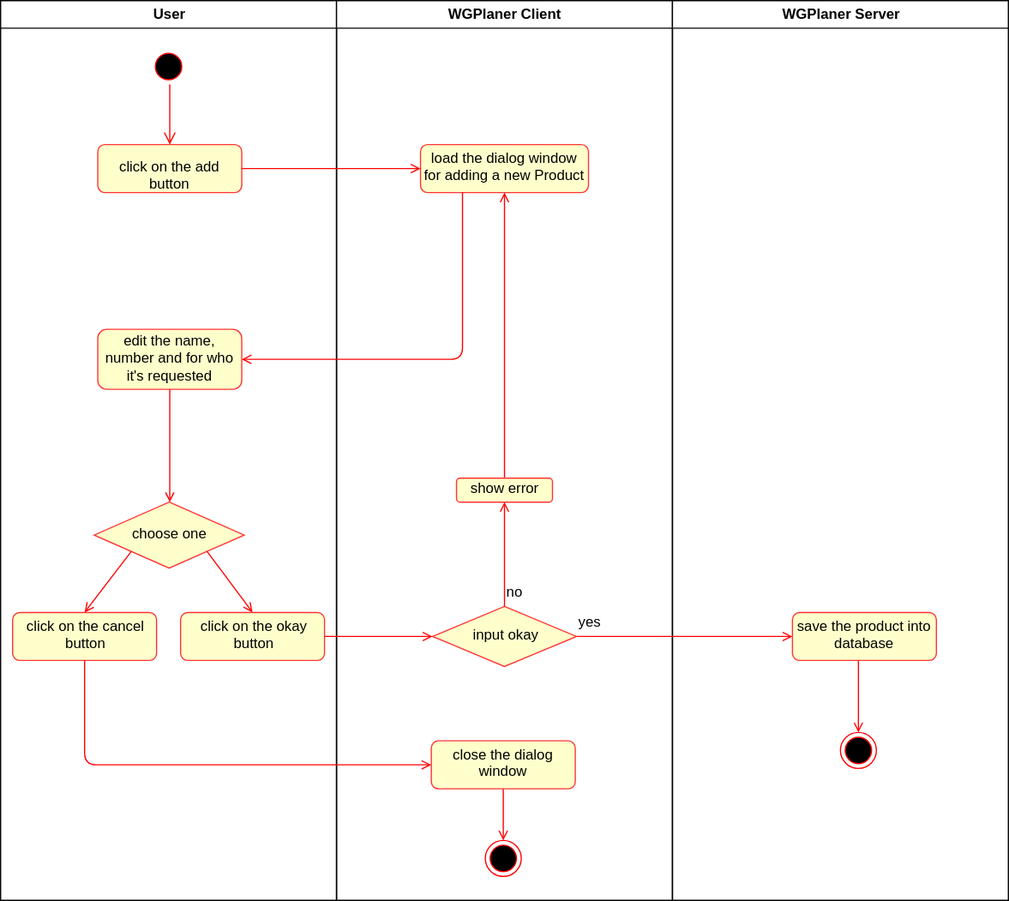
WGPlaner/wg_planer keeps this draw.io diagram as Documentation/ActivityDiagrams/uc_add_item_activity_diagramm.svg. Above is the earlier version. Source tidied: cells renumbered, new cells last; positions are measured from the earlier drawing's top-left corner, leaving out a move shared by most shapes. Source of this version:
```xml
<mxGraphModel background="#ffffff">
  <root>
    <mxCell id="0" />
    <mxCell id="1" parent="0" />
    <mxCell id="2" value="User" style="swimlane;whiteSpace=wrap;" parent="1" vertex="1">
      <mxGeometry width="280" height="750" as="geometry" />
    </mxCell>
    <mxCell id="3" style="ellipse;shape=startState;fillColor=#000000;strokeColor=#ff0000;" parent="2" vertex="1">
      <mxGeometry x="125" y="40" width="30" height="30" as="geometry" />
    </mxCell>
    <mxCell id="4" style="edgeStyle=elbowEdgeStyle;elbow=horizontal;verticalAlign=bottom;endArrow=open;endSize=8;strokeColor=#FF0000;endFill=1;rounded=0;entryX=0.5;entryY=0;" parent="2" edge="1" source="3" target="5">
      <mxGeometry x="100" y="40" as="geometry" />
    </mxCell>
    <mxCell id="5" value="click on the add button" style="rounded=1;whiteSpace=wrap;html=1;fillColor=#FFFFCC;strokeColor=#FF3333;" parent="2" vertex="1">
      <mxGeometry x="81" y="120" width="120" height="40" as="geometry" />
    </mxCell>
    <mxCell id="6" style="edgeStyle=orthogonalEdgeStyle;rounded=0;html=1;exitX=0.5;exitY=0;entryX=0.5;entryY=0;jettySize=auto;orthogonalLoop=1;strokeColor=#FF0000;" parent="2" edge="1" source="5" target="5">
      <mxGeometry relative="1" as="geometry" />
    </mxCell>
    <mxCell id="7" value="edit the name, number and for who it's requested" style="rounded=1;whiteSpace=wrap;html=1;fillColor=#FFFFCC;strokeColor=#FF3333;" parent="2" vertex="1">
      <mxGeometry x="81" y="274" width="120" height="50" as="geometry" />
    </mxCell>
    <mxCell id="8" value="choose one" style="rhombus;whiteSpace=wrap;html=1;strokeColor=#FF3333;fillColor=#FFFFCC;" parent="2" vertex="1">
      <mxGeometry x="78" y="418" width="125" height="55" as="geometry" />
    </mxCell>
    <mxCell id="9" style="endArrow=open;html=1;strokeColor=#FF0000;exitX=0.5;exitY=1;endFill=0;entryX=0.5;entryY=0;" parent="2" edge="1" source="7" target="8">
      <mxGeometry relative="1" as="geometry" />
    </mxCell>
    <mxCell id="10" value="click on the cancel&lt;br&gt;button" style="rounded=1;whiteSpace=wrap;html=1;fillColor=#FFFFCC;strokeColor=#FF3333;" parent="2" vertex="1">
      <mxGeometry x="10" y="510" width="120" height="40" as="geometry" />
    </mxCell>
    <mxCell id="11" style="endArrow=open;html=1;strokeColor=#FF0000;entryX=0.5;entryY=0;endFill=0;exitX=0;exitY=1;" parent="2" edge="1" source="8" target="10">
      <mxGeometry relative="1" as="geometry" />
    </mxCell>
    <mxCell id="12" value="click on the okay &lt;br&gt;button" style="rounded=1;whiteSpace=wrap;html=1;fillColor=#FFFFCC;strokeColor=#FF3333;" parent="2" vertex="1">
      <mxGeometry x="150" y="510" width="120" height="40" as="geometry" />
    </mxCell>
    <mxCell id="13" style="endArrow=open;html=1;strokeColor=#FF0000;entryX=0.5;entryY=0;endFill=0;exitX=1;exitY=1;" parent="2" edge="1" source="8" target="12">
      <mxGeometry relative="1" as="geometry" />
    </mxCell>
    <mxCell id="14" value="WGPlaner Client" style="swimlane;whiteSpace=wrap;" parent="1" vertex="1">
      <mxGeometry x="280" width="280" height="750" as="geometry" />
    </mxCell>
    <mxCell id="15" value="load the dialog window for adding a new Product" style="rounded=1;whiteSpace=wrap;html=1;fillColor=#FFFFCC;strokeColor=#FF3333;" parent="14" vertex="1">
      <mxGeometry x="70" y="120" width="140" height="40" as="geometry" />
    </mxCell>
    <mxCell id="16" style="edgeStyle=orthogonalEdgeStyle;rounded=0;html=1;endArrow=open;endFill=0;jettySize=auto;strokeColor=#FF0000;" parent="14" edge="1" source="17" target="15">
      <mxGeometry relative="1" as="geometry" />
    </mxCell>
    <mxCell id="17" value="show error" style="rounded=1;whiteSpace=wrap;html=1;fillColor=#FFFFCC;strokeColor=#FF3333;" parent="14" vertex="1">
      <mxGeometry x="100" y="398" width="80" height="20" as="geometry" />
    </mxCell>
    <mxCell id="18" style="ellipse;shape=endState;fillColor=#000000;strokeColor=#ff0000;" parent="14" vertex="1">
      <mxGeometry x="124" y="700" width="30" height="30" as="geometry" />
    </mxCell>
    <mxCell id="19" value="no&lt;br&gt;" style="text;html=1;align=left;verticalAlign=top;spacingTop=-4;" parent="14" vertex="1">
      <mxGeometry x="140" y="485" width="30" height="20" as="geometry" />
    </mxCell>
    <mxCell id="20" value="yes" style="text;html=1;align=left;verticalAlign=top;spacingTop=-4;" parent="14" vertex="1">
      <mxGeometry x="200" y="510" width="30" height="20" as="geometry" />
    </mxCell>
    <mxCell id="21" value="WGPlaner Server" style="swimlane;whiteSpace=wrap;" parent="1" vertex="1">
      <mxGeometry x="560" width="280" height="750" as="geometry" />
    </mxCell>
    <mxCell id="22" style="ellipse;shape=endState;fillColor=#000000;strokeColor=#ff0000;" parent="21" vertex="1">
      <mxGeometry x="140" y="610" width="30" height="30" as="geometry" />
    </mxCell>
    <mxCell id="23" style="endArrow=open;strokeColor=#FF0000;endFill=1;rounded=0;" parent="21" edge="1" target="22">
      <mxGeometry relative="1" as="geometry">
        <mxPoint x="155" y="535" as="sourcePoint" />
      </mxGeometry>
    </mxCell>
    <mxCell id="24" value="save the product into database" style="rounded=1;whiteSpace=wrap;html=1;fillColor=#FFFFCC;strokeColor=#FF3333;" parent="21" vertex="1">
      <mxGeometry x="100" y="510" width="120" height="40" as="geometry" />
    </mxCell>
    <mxCell id="25" style="edgeStyle=orthogonalEdgeStyle;rounded=0;html=1;endArrow=open;endFill=0;jettySize=auto;strokeColor=#FF0000;" parent="1" edge="1" source="26" target="24">
      <mxGeometry relative="1" as="geometry" />
    </mxCell>
    <mxCell id="26" value="input okay" style="rhombus;whiteSpace=wrap;html=1;strokeColor=#FF3333;fillColor=#FFFFCC;" parent="1" vertex="1">
      <mxGeometry x="360" y="505" width="120" height="50" as="geometry" />
    </mxCell>
    <mxCell id="27" style="endArrow=open;html=1;strokeColor=#FF0000;exitX=0.5;exitY=0;endFill=0;entryX=0.5;entryY=1;" parent="1" edge="1" source="26" target="17">
      <mxGeometry relative="1" as="geometry" />
    </mxCell>
    <mxCell id="28" style="edgeStyle=orthogonalEdgeStyle;rounded=0;html=1;entryX=0.5;entryY=0;endArrow=open;endFill=0;jettySize=auto;strokeColor=#FF0000;" parent="1" edge="1" source="29" target="18">
      <mxGeometry relative="1" as="geometry" />
    </mxCell>
    <mxCell id="29" value="close the dialog window" style="rounded=1;whiteSpace=wrap;html=1;fillColor=#FFFFCC;strokeColor=#FF3333;" parent="1" vertex="1">
      <mxGeometry x="359" y="617" width="120" height="40" as="geometry" />
    </mxCell>
    <mxCell id="30" style="endArrow=open;html=1;strokeColor=#FF0000;exitX=1;exitY=0.5;entryX=0;entryY=0.5;endFill=0;" parent="1" edge="1" source="5" target="15">
      <mxGeometry relative="1" as="geometry" />
    </mxCell>
    <mxCell id="31" style="endArrow=open;html=1;strokeColor=#FF0000;entryX=1;entryY=0.5;endFill=0;exitX=0.25;exitY=1;" parent="1" edge="1" source="15" target="7">
      <mxGeometry relative="1" as="geometry">
        <Array as="points">
          <mxPoint x="385" y="299" />
        </Array>
      </mxGeometry>
    </mxCell>
    <mxCell id="32" style="endArrow=open;html=1;strokeColor=#FF0000;exitX=1;exitY=0.5;entryX=0;entryY=0.5;endFill=0;" parent="1" edge="1" source="12" target="26">
      <mxGeometry relative="1" as="geometry" />
    </mxCell>
    <mxCell id="33" style="endArrow=open;html=1;strokeColor=#FF0000;exitX=0.5;exitY=1;endFill=0;entryX=0;entryY=0.5;" parent="1" edge="1" source="10" target="29">
      <mxGeometry relative="1" as="geometry">
        <Array as="points">
          <mxPoint x="70" y="637" />
        </Array>
      </mxGeometry>
    </mxCell>
  </root>
</mxGraphModel>
```
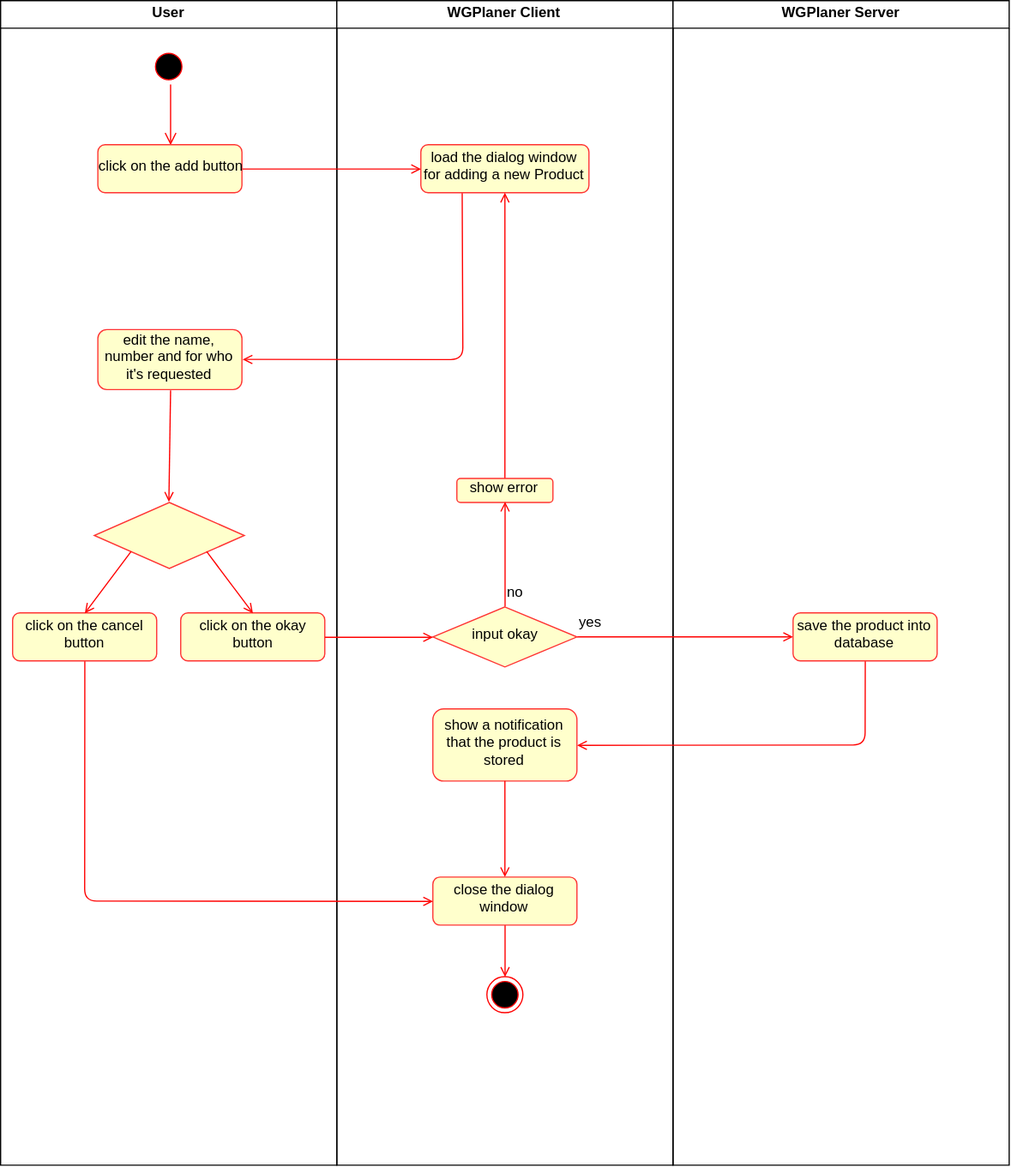
The same diagram one commit later.

What changed in the source:
```diff
@@ -3,7 +3,7 @@
     <mxCell id="0" />
     <mxCell id="1" parent="0" />
     <mxCell id="2" value="User" style="swimlane;whiteSpace=wrap;" parent="1" vertex="1">
-      <mxGeometry width="280" height="750" as="geometry" />
+      <mxGeometry width="280" height="970" as="geometry" />
     </mxCell>
     <mxCell id="3" style="ellipse;shape=startState;fillColor=#000000;strokeColor=#ff0000;" parent="2" vertex="1">
       <mxGeometry x="125" y="40" width="30" height="30" as="geometry" />
@@ -20,7 +20,7 @@
     <mxCell id="7" value="edit the name, number and for who it's requested" style="rounded=1;whiteSpace=wrap;html=1;fillColor=#FFFFCC;strokeColor=#FF3333;" parent="2" vertex="1">
       <mxGeometry x="81" y="274" width="120" height="50" as="geometry" />
     </mxCell>
-    <mxCell id="8" value="choose one" style="rhombus;whiteSpace=wrap;html=1;strokeColor=#FF3333;fillColor=#FFFFCC;" parent="2" vertex="1">
+    <mxCell id="8" style="rhombus;whiteSpace=wrap;html=1;strokeColor=#FF3333;fillColor=#FFFFCC;" parent="2" vertex="1">
       <mxGeometry x="78" y="418" width="125" height="55" as="geometry" />
     </mxCell>
     <mxCell id="9" style="endArrow=open;html=1;strokeColor=#FF0000;exitX=0.5;exitY=1;endFill=0;entryX=0.5;entryY=0;" parent="2" edge="1" source="7" target="8">
@@ -39,7 +39,7 @@
       <mxGeometry relative="1" as="geometry" />
     </mxCell>
     <mxCell id="14" value="WGPlaner Client" style="swimlane;whiteSpace=wrap;" parent="1" vertex="1">
-      <mxGeometry x="280" width="280" height="750" as="geometry" />
+      <mxGeometry x="280" width="280" height="970" as="geometry" />
     </mxCell>
     <mxCell id="15" value="load the dialog window for adding a new Product" style="rounded=1;whiteSpace=wrap;html=1;fillColor=#FFFFCC;strokeColor=#FF3333;" parent="14" vertex="1">
       <mxGeometry x="70" y="120" width="140" height="40" as="geometry" />
@@ -51,7 +51,7 @@
       <mxGeometry x="100" y="398" width="80" height="20" as="geometry" />
     </mxCell>
     <mxCell id="18" style="ellipse;shape=endState;fillColor=#000000;strokeColor=#ff0000;" parent="14" vertex="1">
-      <mxGeometry x="124" y="700" width="30" height="30" as="geometry" />
+      <mxGeometry x="125" y="813" width="30" height="30" as="geometry" />
     </mxCell>
     <mxCell id="19" value="no&lt;br&gt;" style="text;html=1;align=left;verticalAlign=top;spacingTop=-4;" parent="14" vertex="1">
       <mxGeometry x="140" y="485" width="30" height="20" as="geometry" />
@@ -59,17 +59,12 @@
     <mxCell id="20" value="yes" style="text;html=1;align=left;verticalAlign=top;spacingTop=-4;" parent="14" vertex="1">
       <mxGeometry x="200" y="510" width="30" height="20" as="geometry" />
     </mxCell>
+    <mxCell id="34" value="show a notification that the product is stored" style="rounded=1;whiteSpace=wrap;html=1;fillColor=#FFFFCC;strokeColor=#FF3333;" parent="14" vertex="1">
+      <mxGeometry x="80" y="590" width="120" height="60" as="geometry" />
+    </mxCell>
     <mxCell id="21" value="WGPlaner Server" style="swimlane;whiteSpace=wrap;" parent="1" vertex="1">
-      <mxGeometry x="560" width="280" height="750" as="geometry" />
+      <mxGeometry x="560" width="280" height="970" as="geometry" />
     </mxCell>
-    <mxCell id="22" style="ellipse;shape=endState;fillColor=#000000;strokeColor=#ff0000;" parent="21" vertex="1">
-      <mxGeometry x="140" y="610" width="30" height="30" as="geometry" />
-    </mxCell>
-    <mxCell id="23" style="endArrow=open;strokeColor=#FF0000;endFill=1;rounded=0;" parent="21" edge="1" target="22">
-      <mxGeometry relative="1" as="geometry">
-        <mxPoint x="155" y="535" as="sourcePoint" />
-      </mxGeometry>
-    </mxCell>
     <mxCell id="24" value="save the product into database" style="rounded=1;whiteSpace=wrap;html=1;fillColor=#FFFFCC;strokeColor=#FF3333;" parent="21" vertex="1">
       <mxGeometry x="100" y="510" width="120" height="40" as="geometry" />
     </mxCell>
@@ -86,7 +81,7 @@
       <mxGeometry relative="1" as="geometry" />
     </mxCell>
     <mxCell id="29" value="close the dialog window" style="rounded=1;whiteSpace=wrap;html=1;fillColor=#FFFFCC;strokeColor=#FF3333;" parent="1" vertex="1">
-      <mxGeometry x="359" y="617" width="120" height="40" as="geometry" />
+      <mxGeometry x="360" y="730" width="120" height="40" as="geometry" />
     </mxCell>
     <mxCell id="30" style="endArrow=open;html=1;strokeColor=#FF0000;exitX=1;exitY=0.5;entryX=0;entryY=0.5;endFill=0;" parent="1" edge="1" source="5" target="15">
       <mxGeometry relative="1" as="geometry" />
@@ -104,9 +99,19 @@
     <mxCell id="33" style="endArrow=open;html=1;strokeColor=#FF0000;exitX=0.5;exitY=1;endFill=0;entryX=0;entryY=0.5;" parent="1" edge="1" source="10" target="29">
       <mxGeometry relative="1" as="geometry">
         <Array as="points">
-          <mxPoint x="70" y="637" />
+          <mxPoint x="70" y="750" />
         </Array>
       </mxGeometry>
     </mxCell>
+    <mxCell id="35" style="endArrow=open;html=1;strokeColor=#FF0000;endFill=0;exitX=0.5;exitY=1;entryX=1;entryY=0.5;" parent="1" edge="1" source="24" target="34">
+      <mxGeometry relative="1" as="geometry">
+        <Array as="points">
+          <mxPoint x="720" y="620" />
+        </Array>
+      </mxGeometry>
+    </mxCell>
+    <mxCell id="36" style="edgeStyle=orthogonalEdgeStyle;curved=1;rounded=0;html=1;endArrow=open;endFill=0;jettySize=auto;strokeColor=#FF0000;" parent="1" edge="1" source="34" target="29">
+      <mxGeometry relative="1" as="geometry" />
+    </mxCell>
   </root>
 </mxGraphModel>
```
